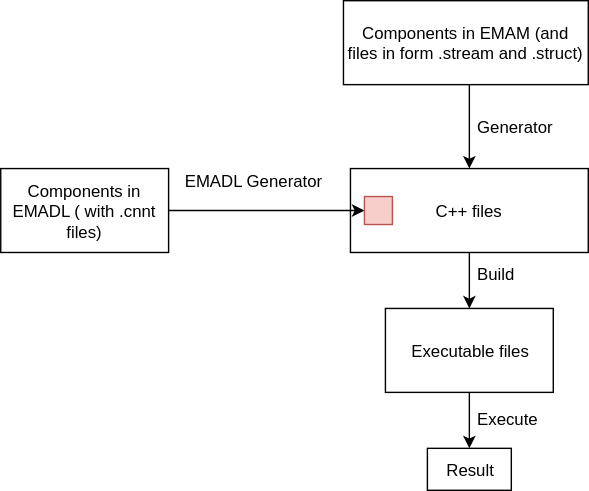
The draw.io diagram Diagram.svg in MontiCore/EmbeddedMontiArc, before a commit. Source tidied: cells renumbered, new cells last; positions are measured from the earlier drawing's top-left corner, leaving out a move shared by most shapes. Its diagram source:
```xml
<mxGraphModel>
  <root>
    <mxCell id="0" />
    <mxCell id="1" parent="0" />
    <mxCell id="2" style="edgeStyle=orthogonalEdgeStyle;rounded=0;jettySize=auto;html=1;entryX=0.5;entryY=0;entryDx=0;entryDy=0;" parent="1" edge="1" source="3" target="5">
      <mxGeometry relative="1" as="geometry">
        <Array as="points">
          <mxPoint x="335" y="80" />
          <mxPoint x="335" y="80" />
        </Array>
      </mxGeometry>
    </mxCell>
    <mxCell id="3" value="Components in EMAM (and files in form .stream and .struct)" style="rounded=0;whiteSpace=wrap;html=1;" parent="1" vertex="1">
      <mxGeometry x="245" width="175" height="60" as="geometry" />
    </mxCell>
    <mxCell id="4" style="edgeStyle=orthogonalEdgeStyle;rounded=0;jettySize=auto;html=1;" parent="1" edge="1" source="5" target="12">
      <mxGeometry relative="1" as="geometry" />
    </mxCell>
    <mxCell id="5" value="C++ files" style="rounded=0;whiteSpace=wrap;html=1;" parent="1" vertex="1">
      <mxGeometry x="250" y="120" width="170" height="60" as="geometry" />
    </mxCell>
    <mxCell id="6" style="edgeStyle=orthogonalEdgeStyle;rounded=0;jettySize=auto;html=1;entryX=0;entryY=0.5;entryDx=0;entryDy=0;" parent="1" edge="1" source="7" target="8">
      <mxGeometry relative="1" as="geometry" />
    </mxCell>
    <mxCell id="7" value="Components in EMADL ( with .cnnt files)" style="rounded=0;whiteSpace=wrap;html=1;" parent="1" vertex="1">
      <mxGeometry y="120" width="120" height="60" as="geometry" />
    </mxCell>
    <mxCell id="8" style="rounded=0;whiteSpace=wrap;html=1;fillColor=#f8cecc;strokeColor=#b85450;" parent="1" vertex="1">
      <mxGeometry x="260" y="140" width="20" height="20" as="geometry" />
    </mxCell>
    <mxCell id="9" value="Generator" style="text;html=1;align=left;verticalAlign=top;spacingTop=-4;" parent="1" vertex="1">
      <mxGeometry x="339" y="81" width="70" height="20" as="geometry" />
    </mxCell>
    <mxCell id="10" value="EMADL Generator" style="text;html=1;align=left;verticalAlign=top;spacingTop=-4;" parent="1" vertex="1">
      <mxGeometry x="130" y="120" width="110" height="20" as="geometry" />
    </mxCell>
    <mxCell id="11" style="edgeStyle=orthogonalEdgeStyle;rounded=0;jettySize=auto;html=1;" parent="1" edge="1" source="12">
      <mxGeometry relative="1" as="geometry">
        <mxPoint x="335" y="320" as="targetPoint" />
      </mxGeometry>
    </mxCell>
    <mxCell id="12" value="Executable files" style="rounded=0;whiteSpace=wrap;html=1;" parent="1" vertex="1">
      <mxGeometry x="275" y="220" width="120" height="60" as="geometry" />
    </mxCell>
    <mxCell id="13" value="Build" style="text;html=1;align=left;verticalAlign=top;spacingTop=-4;" parent="1" vertex="1">
      <mxGeometry x="339" y="186" width="40" height="20" as="geometry" />
    </mxCell>
    <mxCell id="14" value="Result" style="rounded=0;whiteSpace=wrap;html=1;" parent="1" vertex="1">
      <mxGeometry x="305" y="320" width="60" height="30" as="geometry" />
    </mxCell>
    <mxCell id="15" value="Execute" style="text;html=1;align=left;verticalAlign=top;spacingTop=-4;" parent="1" vertex="1">
      <mxGeometry x="339" y="290" width="60" height="20" as="geometry" />
    </mxCell>
  </root>
</mxGraphModel>
```
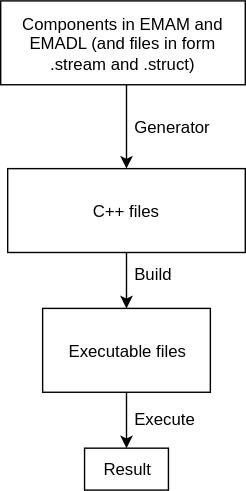
After the commit.

What changed in the source:
```diff
@@ -10,7 +10,7 @@
         </Array>
       </mxGeometry>
     </mxCell>
-    <mxCell id="3" value="Components in EMAM (and files in form .stream and .struct)" style="rounded=0;whiteSpace=wrap;html=1;" parent="1" vertex="1">
+    <mxCell id="3" value="Components in EMAM and EMADL (and files in form .stream and .struct)" style="rounded=0;whiteSpace=wrap;html=1;" parent="1" vertex="1">
       <mxGeometry x="245" width="175" height="60" as="geometry" />
     </mxCell>
     <mxCell id="4" style="edgeStyle=orthogonalEdgeStyle;rounded=0;jettySize=auto;html=1;" parent="1" edge="1" source="5" target="12">
@@ -19,21 +19,9 @@
     <mxCell id="5" value="C++ files" style="rounded=0;whiteSpace=wrap;html=1;" parent="1" vertex="1">
       <mxGeometry x="250" y="120" width="170" height="60" as="geometry" />
     </mxCell>
-    <mxCell id="6" style="edgeStyle=orthogonalEdgeStyle;rounded=0;jettySize=auto;html=1;entryX=0;entryY=0.5;entryDx=0;entryDy=0;" parent="1" edge="1" source="7" target="8">
-      <mxGeometry relative="1" as="geometry" />
-    </mxCell>
-    <mxCell id="7" value="Components in EMADL ( with .cnnt files)" style="rounded=0;whiteSpace=wrap;html=1;" parent="1" vertex="1">
-      <mxGeometry y="120" width="120" height="60" as="geometry" />
-    </mxCell>
-    <mxCell id="8" style="rounded=0;whiteSpace=wrap;html=1;fillColor=#f8cecc;strokeColor=#b85450;" parent="1" vertex="1">
-      <mxGeometry x="260" y="140" width="20" height="20" as="geometry" />
-    </mxCell>
     <mxCell id="9" value="Generator" style="text;html=1;align=left;verticalAlign=top;spacingTop=-4;" parent="1" vertex="1">
       <mxGeometry x="339" y="81" width="70" height="20" as="geometry" />
     </mxCell>
-    <mxCell id="10" value="EMADL Generator" style="text;html=1;align=left;verticalAlign=top;spacingTop=-4;" parent="1" vertex="1">
-      <mxGeometry x="130" y="120" width="110" height="20" as="geometry" />
-    </mxCell>
     <mxCell id="11" style="edgeStyle=orthogonalEdgeStyle;rounded=0;jettySize=auto;html=1;" parent="1" edge="1" source="12">
       <mxGeometry relative="1" as="geometry">
         <mxPoint x="335" y="320" as="targetPoint" />
```
